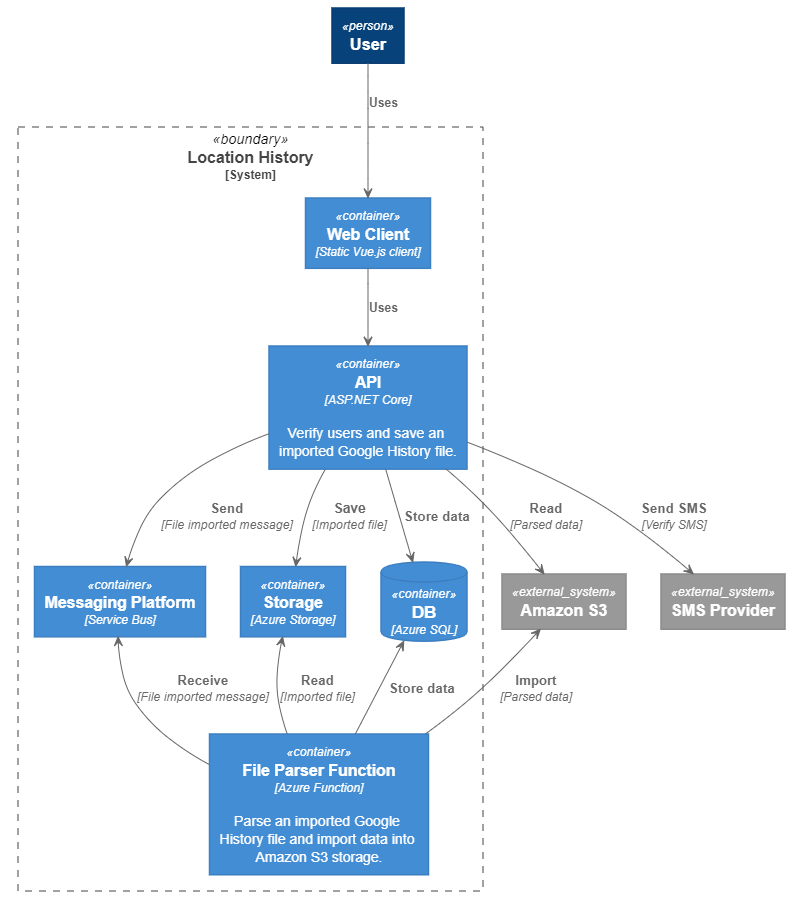
Before: diagrams/diagram.PNG, a diagram exported from PlantUML (tomasjurasek/location-history-app). Its source is kept beside it as diagrams/diagram.puml.
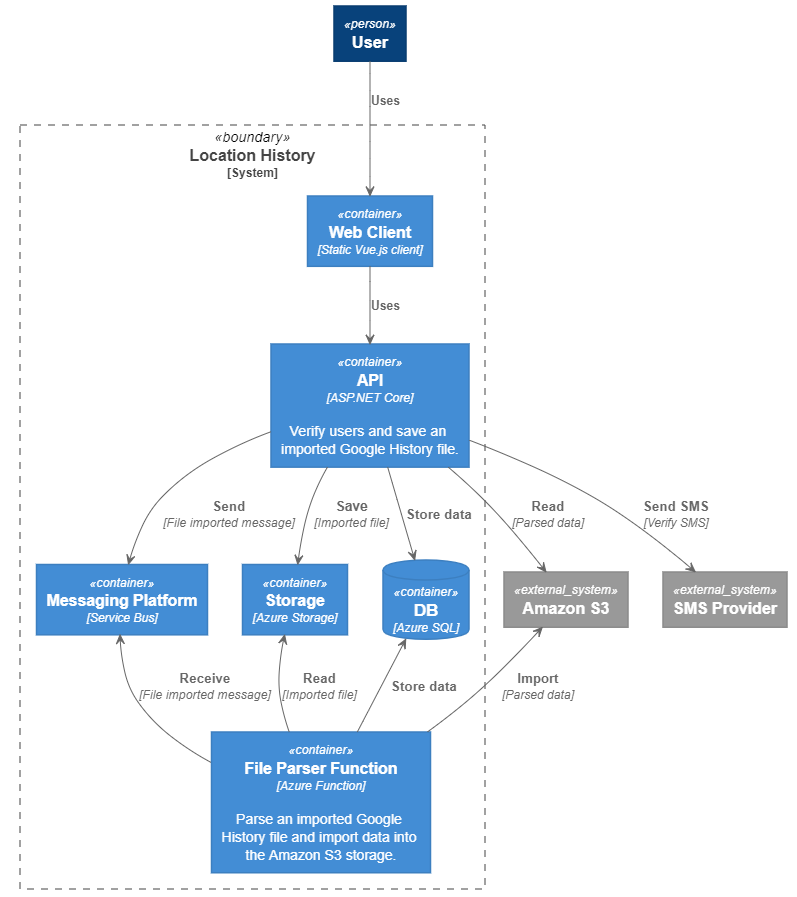
Above is the later version.

What changed in the source:
```diff
@@ -6,7 +6,7 @@
     Container(web_api, "API","ASP.NET Core", "Verify users and save an imported Google History file.")
     Container(web_client, "Web Client", "Static Vue.js client")
     Container(service_bus, "Messaging Platform", "Service Bus")
-    Container(serverless, "File Parser Function", "Azure Function", "Parse an imported Google History file and import data into Amazon S3 storage.")
+    Container(serverless, "File Parser Function", "Azure Function", "Parse an imported Google History file and import data into the Amazon S3 storage.")
     Container(storage, "Storage", "Azure Storage")
     ContainerDb(db, "DB", "Azure SQL")
 }
```
